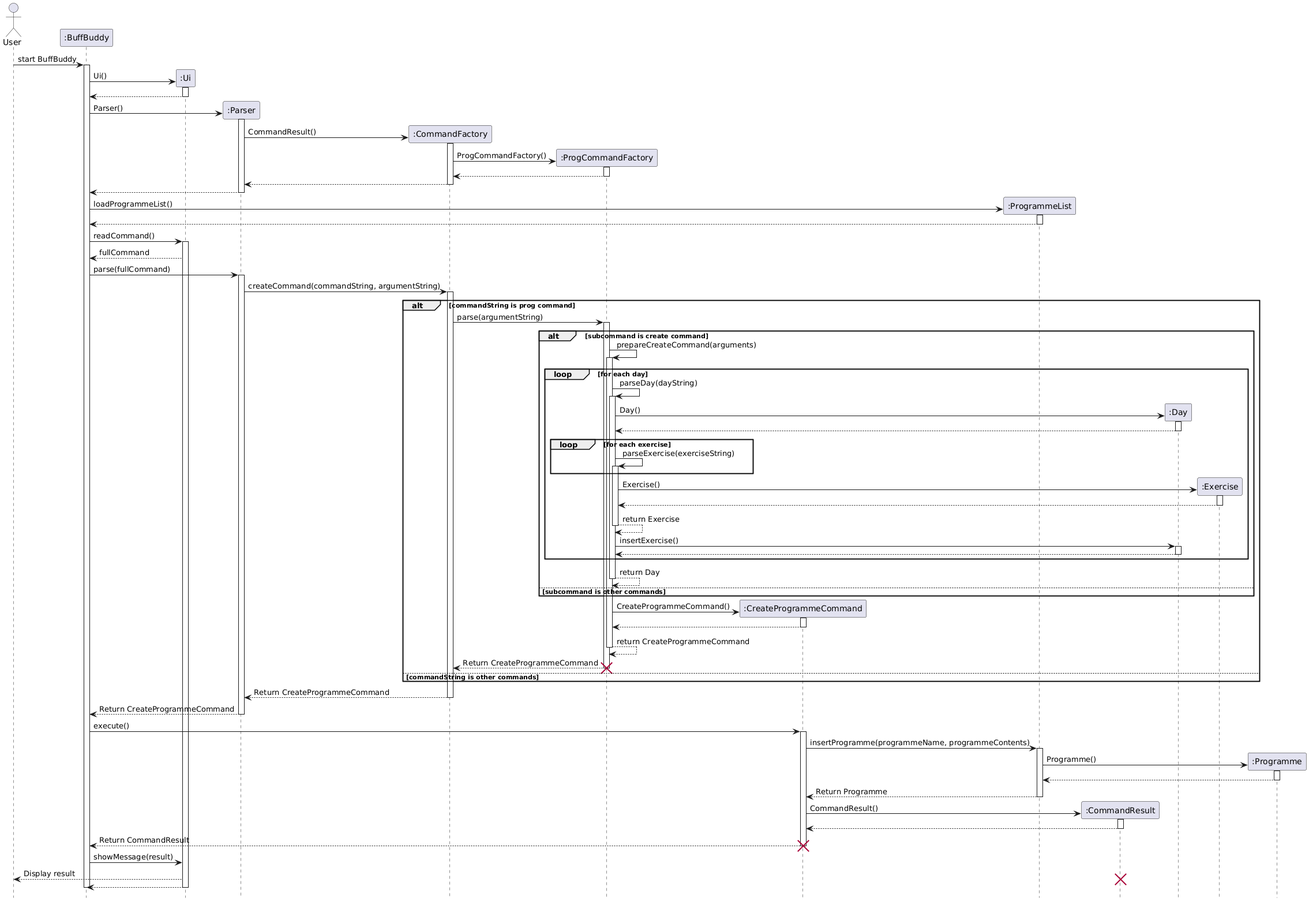
This is docs/images/createProgramme.png from nus-cs2113-AY2425S1/tp, a PlantUML export, as it was before one commit.
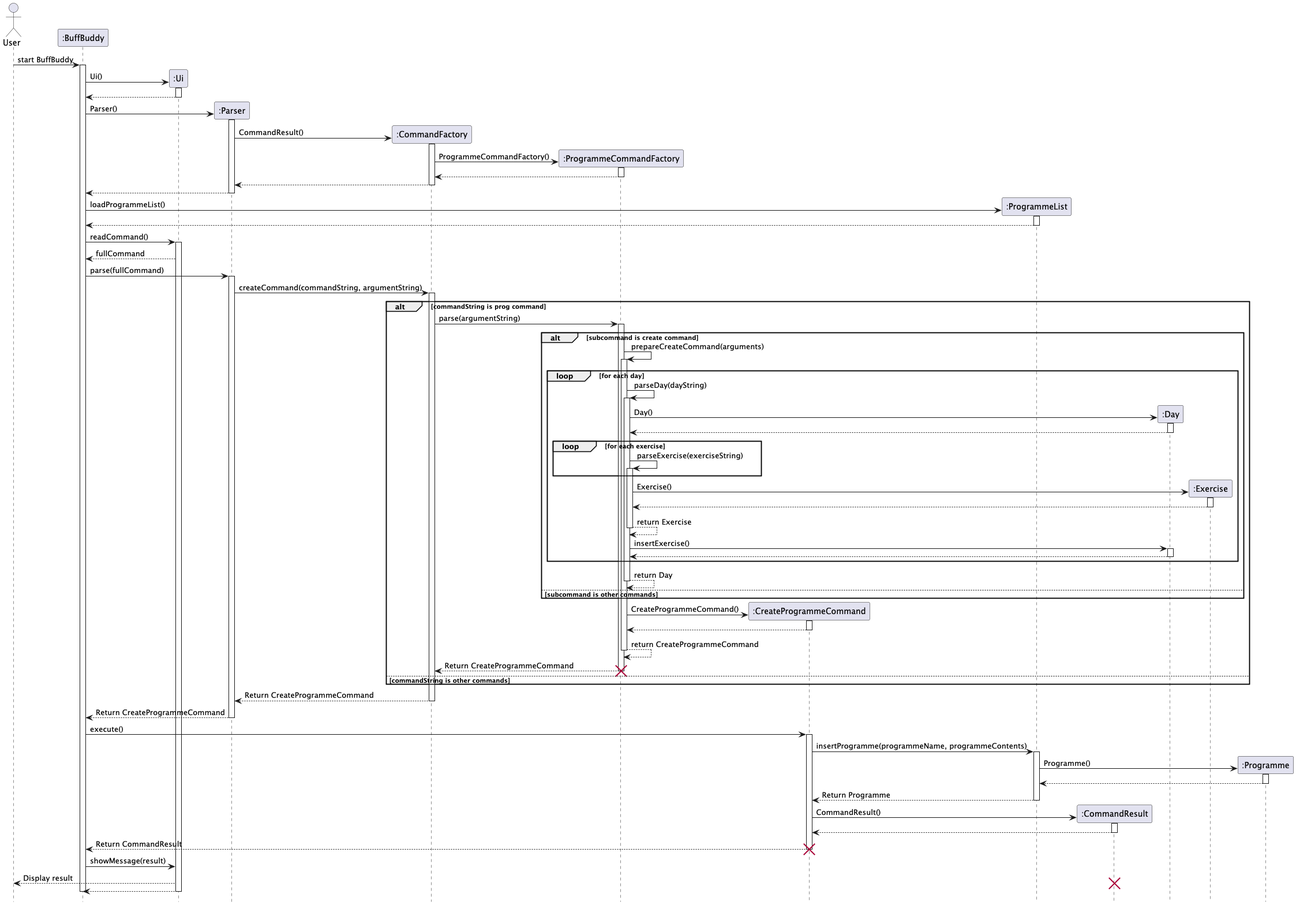
The same file after the commit.

Commit message:
Update ProgCommandFactory to ProgrammeCommandFactory

The edit, as a diff of the source:
```diff
@@ -1,4 +1,5 @@
 @startuml
+
 hide footbox
 
 actor User as user
@@ -6,7 +7,7 @@
 participant ":Ui" as Ui
 participant ":Parser" as Parser
 participant ":CommandFactory" as CommandFactory
-participant ":ProgCommandFactory" as ProgCommandFactory
+participant ":ProgrammeCommandFactory" as ProgCommandFactory
 participant ":CreateProgrammeCommand" as CreateProgrammeCommand
 participant ":ProgrammeList" as ProgrammeList
 participant ":CommandResult" as CommandResult
@@ -31,7 +32,7 @@
 activate CommandFactory
 
 create ProgCommandFactory
-CommandFactory -> ProgCommandFactory: ProgCommandFactory()
+CommandFactory -> ProgCommandFactory: ProgrammeCommandFactory()
 activate ProgCommandFactory
 
 ProgCommandFactory --> CommandFactory
@@ -171,4 +172,5 @@
 deactivate BuffBuddy
 
 deactivate Ui
+
 @enduml
```
